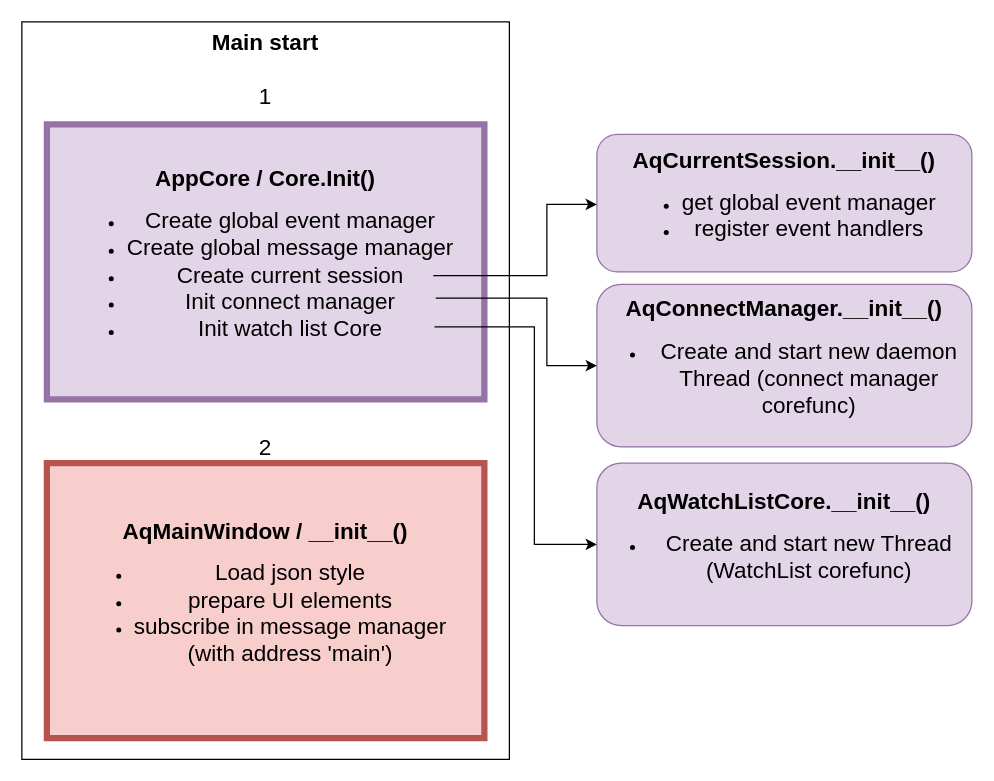
Earlier version of the draw.io diagram arch2.drawio (romangolovkou/AQteck_toolMAX). Source tidied: cells renumbered, new cells numbered last; positions are measured from the earlier drawing's top-left corner, leaving out a move shared by most shapes. Both pictures are drawn from the tidied source at 125%, with x=0, y=0 at pixel (21, 21).
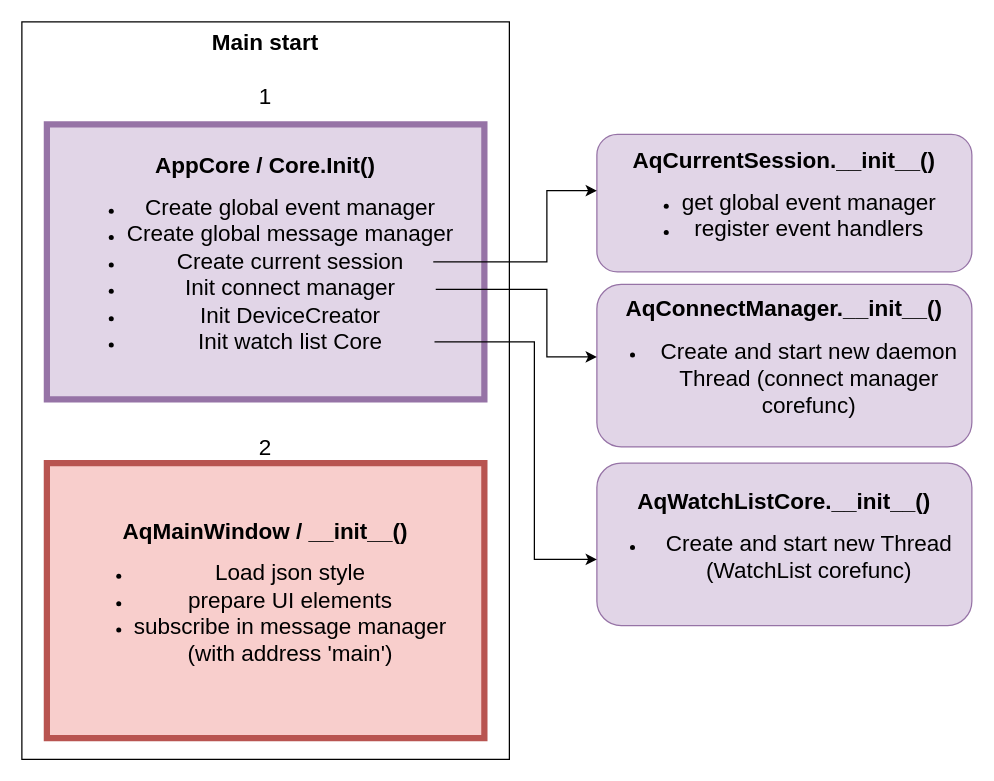
The same diagram, later.

Change to the diagram source:
```diff
@@
 <mxGraphModel>
   <root>
     <mxCell id="0" />
     <mxCell id="1" parent="0" />
     <mxCell id="2" value="&lt;font style=&quot;font-size: 18px;&quot;&gt;&lt;b&gt;Main start&lt;/b&gt;&lt;/font&gt;&lt;div&gt;&lt;font style=&quot;font-size: 18px;&quot;&gt;&lt;b&gt;&lt;br&gt;&lt;/b&gt;&lt;/font&gt;&lt;/div&gt;&lt;div&gt;&lt;font style=&quot;font-size: 18px;&quot;&gt;1&lt;/font&gt;&lt;/div&gt;&lt;div&gt;&lt;font style=&quot;font-size: 18px;&quot;&gt;&lt;br&gt;&lt;/font&gt;&lt;/div&gt;&lt;div&gt;&lt;font style=&quot;font-size: 18px;&quot;&gt;&lt;br&gt;&lt;/font&gt;&lt;/div&gt;&lt;div&gt;&lt;font style=&quot;font-size: 18px;&quot;&gt;&lt;br&gt;&lt;/font&gt;&lt;/div&gt;&lt;div&gt;&lt;font style=&quot;font-size: 18px;&quot;&gt;&lt;br&gt;&lt;/font&gt;&lt;/div&gt;&lt;div&gt;&lt;font style=&quot;font-size: 18px;&quot;&gt;&lt;br&gt;&lt;/font&gt;&lt;/div&gt;&lt;div&gt;&lt;font style=&quot;font-size: 18px;&quot;&gt;&lt;br&gt;&lt;/font&gt;&lt;/div&gt;&lt;div&gt;&lt;font style=&quot;font-size: 18px;&quot;&gt;&lt;br&gt;&lt;/font&gt;&lt;/div&gt;&lt;div&gt;&lt;font style=&quot;font-size: 18px;&quot;&gt;&lt;br&gt;&lt;/font&gt;&lt;/div&gt;&lt;div&gt;&lt;font style=&quot;font-size: 18px;&quot;&gt;&lt;br&gt;&lt;/font&gt;&lt;/div&gt;&lt;div&gt;&lt;font style=&quot;font-size: 18px;&quot;&gt;&lt;br&gt;&lt;/font&gt;&lt;/div&gt;&lt;div&gt;&lt;font style=&quot;font-size: 18px;&quot;&gt;&lt;br&gt;&lt;/font&gt;&lt;/div&gt;&lt;div&gt;&lt;font style=&quot;font-size: 18px;&quot;&gt;&lt;br&gt;&lt;/font&gt;&lt;/div&gt;&lt;div&gt;&lt;font style=&quot;font-size: 18px;&quot;&gt;2&lt;/font&gt;&lt;/div&gt;" style="rounded=0;whiteSpace=wrap;html=1;verticalAlign=top;" parent="1" vertex="1">
       <mxGeometry width="390" height="590" as="geometry" />
     </mxCell>
-    <mxCell id="3" value="&lt;b&gt;&lt;font style=&quot;font-size: 18px;&quot;&gt;AppCore / Core.Init()&lt;/font&gt;&lt;/b&gt;&lt;div&gt;&lt;ul&gt;&lt;li&gt;&lt;font style=&quot;font-size: 18px;&quot;&gt;Create global event manager&lt;/font&gt;&lt;/li&gt;&lt;li&gt;&lt;font style=&quot;font-size: 18px;&quot;&gt;Create global message manager&lt;/font&gt;&lt;/li&gt;&lt;li&gt;&lt;span style=&quot;font-size: 18px;&quot;&gt;Create current session&lt;/span&gt;&lt;/li&gt;&lt;li&gt;&lt;span style=&quot;font-size: 18px;&quot;&gt;Init connect manager&lt;/span&gt;&lt;/li&gt;&lt;li&gt;&lt;span style=&quot;font-size: 18px;&quot;&gt;Init watch list Core&lt;/span&gt;&lt;/li&gt;&lt;/ul&gt;&lt;/div&gt;" style="rounded=0;whiteSpace=wrap;html=1;fillColor=#e1d5e7;strokeColor=#9673a6;strokeWidth=5;" parent="1" vertex="1">
+    <mxCell id="3" value="&lt;b&gt;&lt;font style=&quot;font-size: 18px;&quot;&gt;AppCore / Core.Init()&lt;/font&gt;&lt;/b&gt;&lt;div&gt;&lt;ul&gt;&lt;li&gt;&lt;font style=&quot;font-size: 18px;&quot;&gt;Create global event manager&lt;/font&gt;&lt;/li&gt;&lt;li&gt;&lt;font style=&quot;font-size: 18px;&quot;&gt;Create global message manager&lt;/font&gt;&lt;/li&gt;&lt;li&gt;&lt;span style=&quot;font-size: 18px;&quot;&gt;Create current session&lt;/span&gt;&lt;/li&gt;&lt;li&gt;&lt;span style=&quot;font-size: 18px;&quot;&gt;Init connect manager&lt;/span&gt;&lt;/li&gt;&lt;li&gt;&lt;span style=&quot;font-size: 18px;&quot;&gt;Init DeviceCreator&lt;/span&gt;&lt;/li&gt;&lt;li&gt;&lt;span style=&quot;font-size: 18px;&quot;&gt;Init watch list Core&lt;/span&gt;&lt;/li&gt;&lt;/ul&gt;&lt;/div&gt;" style="rounded=0;whiteSpace=wrap;html=1;fillColor=#e1d5e7;strokeColor=#9673a6;strokeWidth=5;" parent="1" vertex="1">
       <mxGeometry x="20" y="82" width="350" height="220" as="geometry" />
     </mxCell>
     <mxCell id="4" value="&lt;span style=&quot;font-size: 18px;&quot;&gt;&lt;b&gt;AqMainWindow / __init__()&lt;/b&gt;&lt;/span&gt;&lt;div&gt;&lt;ul&gt;&lt;li&gt;&lt;span style=&quot;font-size: 18px;&quot;&gt;Load json style&lt;/span&gt;&lt;/li&gt;&lt;li&gt;&lt;span style=&quot;font-size: 18px;&quot;&gt;prepare UI elements&lt;/span&gt;&lt;/li&gt;&lt;li&gt;&lt;span style=&quot;font-size: 18px;&quot;&gt;subscribe in message manager&lt;br&gt;(with address 'main')&lt;/span&gt;&lt;/li&gt;&lt;/ul&gt;&lt;/div&gt;" style="rounded=0;whiteSpace=wrap;html=1;fillColor=#f8cecc;strokeColor=#b85450;strokeWidth=5;" parent="1" vertex="1">
       <mxGeometry x="20" y="353" width="350" height="220" as="geometry" />
     </mxCell>
     <mxCell id="5" value="&lt;font style=&quot;font-size: 18px;&quot;&gt;&lt;b&gt;AqCurrentSession.__init__()&lt;/b&gt;&lt;/font&gt;&lt;div&gt;&lt;ul&gt;&lt;li&gt;&lt;font style=&quot;font-size: 18px;&quot;&gt;get global event manager&lt;/font&gt;&lt;/li&gt;&lt;li&gt;&lt;font style=&quot;font-size: 18px;&quot;&gt;register event handlers&lt;/font&gt;&lt;/li&gt;&lt;/ul&gt;&lt;/div&gt;" style="rounded=1;whiteSpace=wrap;html=1;fillColor=#e1d5e7;strokeColor=#9673a6;" parent="1" vertex="1">
       <mxGeometry x="460" y="90" width="300" height="110" as="geometry" />
     </mxCell>
     <mxCell id="6" style="endArrow=classic;html=1;rounded=0;exitX=0.886;exitY=0.536;exitDx=0;exitDy=0;exitPerimeter=0;entryX=0;entryY=0.5;entryDx=0;entryDy=0;" parent="1" edge="1">
       <mxGeometry relative="1" as="geometry">
-        <mxPoint x="329.1" y="202.9" as="sourcePoint" />
-        <mxPoint x="460" y="146" as="targetPoint" />
+        <mxPoint x="329.1" y="191.9" as="sourcePoint" />
+        <mxPoint x="460" y="135" as="targetPoint" />
         <Array as="points">
-          <mxPoint x="420" y="203" />
-          <mxPoint x="420" y="146" />
+          <mxPoint x="420" y="192" />
+          <mxPoint x="420" y="135" />
         </Array>
       </mxGeometry>
     </mxCell>
     <mxCell id="7" value="&lt;font style=&quot;font-size: 18px;&quot;&gt;&lt;b&gt;AqConnectManager.__init__()&lt;/b&gt;&lt;/font&gt;&lt;div&gt;&lt;ul&gt;&lt;li&gt;&lt;span style=&quot;font-size: 18px;&quot;&gt;Create and start new daemon Thread (connect manager corefunc)&lt;/span&gt;&lt;/li&gt;&lt;/ul&gt;&lt;/div&gt;" style="rounded=1;whiteSpace=wrap;html=1;fillColor=#e1d5e7;strokeColor=#9673a6;" parent="1" vertex="1">
       <mxGeometry x="460" y="210" width="300" height="130" as="geometry" />
     </mxCell>
-    <mxCell id="8" style="endArrow=classic;html=1;rounded=0;exitX=0.886;exitY=0.627;exitDx=0;exitDy=0;exitPerimeter=0;entryX=0;entryY=0.5;entryDx=0;entryDy=0;" parent="1" edge="1" target="7">
+    <mxCell id="8" style="endArrow=classic;html=1;rounded=0;exitX=0.886;exitY=0.627;exitDx=0;exitDy=0;exitPerimeter=0;entryX=0;entryY=0.5;entryDx=0;entryDy=0;" parent="1" edge="1">
       <mxGeometry relative="1" as="geometry">
-        <mxPoint x="331.1" y="220.9" as="sourcePoint" />
+        <mxPoint x="331.1" y="213.9" as="sourcePoint" />
+        <mxPoint x="460" y="268" as="targetPoint" />
         <Array as="points">
-          <mxPoint x="420" y="221" />
-          <mxPoint x="420" y="275" />
+          <mxPoint x="420" y="214" />
+          <mxPoint x="420" y="268" />
         </Array>
       </mxGeometry>
     </mxCell>
     <mxCell id="9" value="&lt;font style=&quot;font-size: 18px;&quot;&gt;&lt;b&gt;AqWatchListCore.__init__()&lt;/b&gt;&lt;/font&gt;&lt;div&gt;&lt;ul&gt;&lt;li&gt;&lt;span style=&quot;font-size: 18px;&quot;&gt;Create and start new Thread (WatchList corefunc)&lt;/span&gt;&lt;/li&gt;&lt;/ul&gt;&lt;/div&gt;" style="rounded=1;whiteSpace=wrap;html=1;fillColor=#e1d5e7;strokeColor=#9673a6;" parent="1" vertex="1">
       <mxGeometry x="460" y="353" width="300" height="130" as="geometry" />
     </mxCell>
-    <mxCell id="10" style="endArrow=classic;html=1;rounded=0;exitX=0.886;exitY=0.718;exitDx=0;exitDy=0;exitPerimeter=0;entryX=0;entryY=0.5;entryDx=0;entryDy=0;" parent="1" edge="1" target="9">
+    <mxCell id="10" style="endArrow=classic;html=1;rounded=0;exitX=0.886;exitY=0.718;exitDx=0;exitDy=0;exitPerimeter=0;entryX=0;entryY=0.5;entryDx=0;entryDy=0;" parent="1" edge="1">
       <mxGeometry relative="1" as="geometry">
-        <mxPoint x="330.1" y="244" as="sourcePoint" />
+        <mxPoint x="330.1" y="256" as="sourcePoint" />
+        <mxPoint x="460" y="430" as="targetPoint" />
         <Array as="points">
-          <mxPoint x="410" y="244" />
-          <mxPoint x="410" y="418" />
+          <mxPoint x="410" y="256" />
+          <mxPoint x="410" y="430" />
         </Array>
       </mxGeometry>
     </mxCell>
   </root>
 </mxGraphModel>
```
